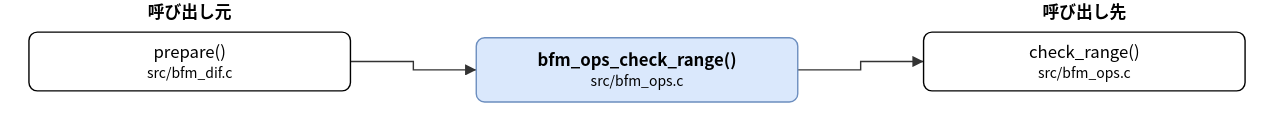
The draw.io diagram doc/spec/images/call_src_bfm_ops-bfm_ops_check_range.drawio.svg in hf355051012-ai/bfmem, before a commit. Source tidied: cells renumbered, new cells last; positions are measured from the earlier drawing's top-left corner, leaving out a move shared by most shapes. The source it was exported from:
```xml
<mxGraphModel>
  <root>
    <mxCell id="0" />
    <mxCell id="1" parent="0" />
    <mxCell id="2" value="bfm_ops_check_range()&lt;br&gt;&lt;font style=&quot;font-size:10px&quot;&gt;src/bfm_ops.c&lt;/font&gt;" style="rounded=1;whiteSpace=wrap;html=1;fillColor=#dae8fc;strokeColor=#6c8ebf;fontStyle=1;" parent="1" vertex="1">
      <mxGeometry x="320" y="27" width="230" height="46" as="geometry" />
    </mxCell>
    <mxCell id="3" value="prepare()&lt;br&gt;&lt;font style=&quot;font-size:10px&quot;&gt;src/bfm_dif.c&lt;/font&gt;" style="rounded=1;whiteSpace=wrap;html=1;" parent="1" vertex="1">
      <mxGeometry y="23" width="230" height="42" as="geometry" />
    </mxCell>
    <mxCell id="4" value="check_range()&lt;br&gt;&lt;font style=&quot;font-size:10px&quot;&gt;src/bfm_ops.c&lt;/font&gt;" style="rounded=1;whiteSpace=wrap;html=1;" parent="1" vertex="1">
      <mxGeometry x="640" y="23" width="230" height="42" as="geometry" />
    </mxCell>
    <mxCell id="5" style="edgeStyle=none;html=1;rounded=0;endArrow=block;endFill=1;exitX=1.0000;exitY=0.5000;exitDx=0;exitDy=0;exitPerimeter=0;entryX=0.0000;entryY=0.5000;entryDx=0;entryDy=0;entryPerimeter=0;" parent="1" edge="1" source="3" target="2">
      <mxGeometry relative="1" as="geometry">
        <Array as="points">
          <mxPoint x="275" y="44" />
          <mxPoint x="275" y="50" />
        </Array>
      </mxGeometry>
    </mxCell>
    <mxCell id="6" style="edgeStyle=none;html=1;rounded=0;endArrow=block;endFill=1;exitX=1.0000;exitY=0.5000;exitDx=0;exitDy=0;exitPerimeter=0;entryX=0.0000;entryY=0.5000;entryDx=0;entryDy=0;entryPerimeter=0;" parent="1" edge="1" source="2" target="4">
      <mxGeometry relative="1" as="geometry">
        <Array as="points">
          <mxPoint x="595" y="50" />
          <mxPoint x="595" y="44" />
        </Array>
      </mxGeometry>
    </mxCell>
    <mxCell id="7" value="呼び出し元" style="text;html=1;align=center;fontStyle=1;" parent="1" vertex="1">
      <mxGeometry x="35" width="160" height="18" as="geometry" />
    </mxCell>
    <mxCell id="8" value="呼び出し先" style="text;html=1;align=center;fontStyle=1;" parent="1" vertex="1">
      <mxGeometry x="675" width="160" height="18" as="geometry" />
    </mxCell>
  </root>
</mxGraphModel>
```
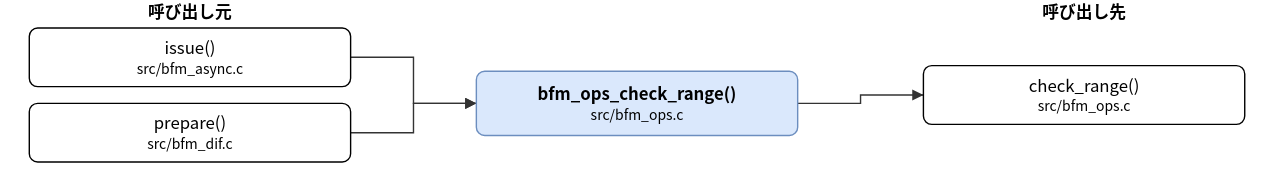
The same file after the commit.

What changed in the source:
```diff
@@ -3,30 +3,41 @@
     <mxCell id="0" />
     <mxCell id="1" parent="0" />
     <mxCell id="2" value="bfm_ops_check_range()&lt;br&gt;&lt;font style=&quot;font-size:10px&quot;&gt;src/bfm_ops.c&lt;/font&gt;" style="rounded=1;whiteSpace=wrap;html=1;fillColor=#dae8fc;strokeColor=#6c8ebf;fontStyle=1;" parent="1" vertex="1">
-      <mxGeometry x="320" y="27" width="230" height="46" as="geometry" />
+      <mxGeometry x="320" y="51" width="230" height="46" as="geometry" />
     </mxCell>
-    <mxCell id="3" value="prepare()&lt;br&gt;&lt;font style=&quot;font-size:10px&quot;&gt;src/bfm_dif.c&lt;/font&gt;" style="rounded=1;whiteSpace=wrap;html=1;" parent="1" vertex="1">
-      <mxGeometry y="23" width="230" height="42" as="geometry" />
+    <mxCell id="3" value="issue()&lt;br&gt;&lt;font style=&quot;font-size:10px&quot;&gt;src/bfm_async.c&lt;/font&gt;" style="rounded=1;whiteSpace=wrap;html=1;" parent="1" vertex="1">
+      <mxGeometry y="20" width="230" height="42" as="geometry" />
     </mxCell>
+    <mxCell id="9" value="prepare()&lt;br&gt;&lt;font style=&quot;font-size:10px&quot;&gt;src/bfm_dif.c&lt;/font&gt;" style="rounded=1;whiteSpace=wrap;html=1;" parent="1" vertex="1">
+      <mxGeometry y="74" width="230" height="42" as="geometry" />
+    </mxCell>
     <mxCell id="4" value="check_range()&lt;br&gt;&lt;font style=&quot;font-size:10px&quot;&gt;src/bfm_ops.c&lt;/font&gt;" style="rounded=1;whiteSpace=wrap;html=1;" parent="1" vertex="1">
-      <mxGeometry x="640" y="23" width="230" height="42" as="geometry" />
+      <mxGeometry x="640" y="47" width="230" height="42" as="geometry" />
     </mxCell>
     <mxCell id="5" style="edgeStyle=none;html=1;rounded=0;endArrow=block;endFill=1;exitX=1.0000;exitY=0.5000;exitDx=0;exitDy=0;exitPerimeter=0;entryX=0.0000;entryY=0.5000;entryDx=0;entryDy=0;entryPerimeter=0;" parent="1" edge="1" source="3" target="2">
       <mxGeometry relative="1" as="geometry">
         <Array as="points">
-          <mxPoint x="275" y="44" />
-          <mxPoint x="275" y="50" />
+          <mxPoint x="275" y="41" />
+          <mxPoint x="275" y="74" />
         </Array>
       </mxGeometry>
     </mxCell>
-    <mxCell id="6" style="edgeStyle=none;html=1;rounded=0;endArrow=block;endFill=1;exitX=1.0000;exitY=0.5000;exitDx=0;exitDy=0;exitPerimeter=0;entryX=0.0000;entryY=0.5000;entryDx=0;entryDy=0;entryPerimeter=0;" parent="1" edge="1" source="2" target="4">
+    <mxCell id="6" style="edgeStyle=none;html=1;rounded=0;endArrow=block;endFill=1;exitX=1.0000;exitY=0.5000;exitDx=0;exitDy=0;exitPerimeter=0;entryX=0.0000;entryY=0.5000;entryDx=0;entryDy=0;entryPerimeter=0;" parent="1" edge="1" source="9" target="2">
       <mxGeometry relative="1" as="geometry">
         <Array as="points">
-          <mxPoint x="595" y="50" />
-          <mxPoint x="595" y="44" />
+          <mxPoint x="275" y="95" />
+          <mxPoint x="275" y="74" />
         </Array>
       </mxGeometry>
     </mxCell>
+    <mxCell id="10" style="edgeStyle=none;html=1;rounded=0;endArrow=block;endFill=1;exitX=1.0000;exitY=0.5000;exitDx=0;exitDy=0;exitPerimeter=0;entryX=0.0000;entryY=0.5000;entryDx=0;entryDy=0;entryPerimeter=0;" parent="1" edge="1" source="2" target="4">
+      <mxGeometry relative="1" as="geometry">
+        <Array as="points">
+          <mxPoint x="595" y="74" />
+          <mxPoint x="595" y="68" />
+        </Array>
+      </mxGeometry>
+    </mxCell>
     <mxCell id="7" value="呼び出し元" style="text;html=1;align=center;fontStyle=1;" parent="1" vertex="1">
       <mxGeometry x="35" width="160" height="18" as="geometry" />
     </mxCell>
```
